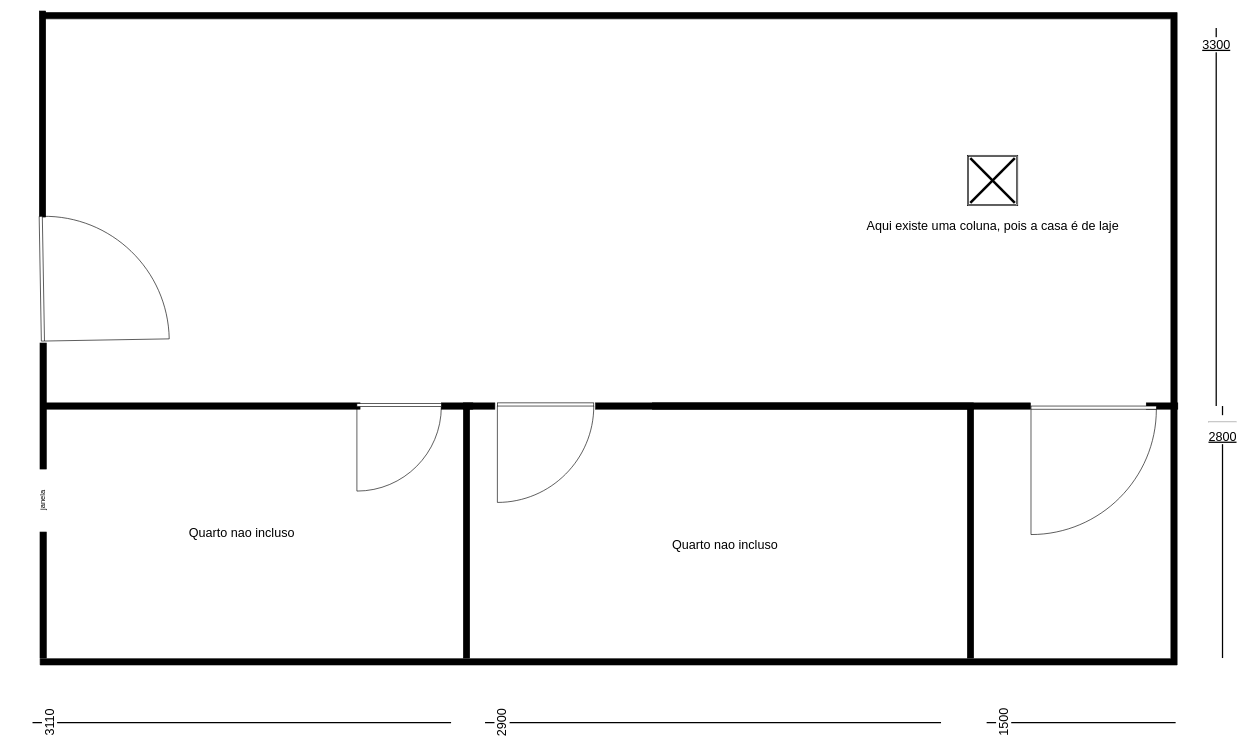
Above: page "Página-2" (2 of 2) of Draw/Diagrama sem nome.drawio in thuansilva/Estudo (draw.io), before the change. Source tidied: cells renumbered, new cells numbered last; positions are measured from the earlier drawing's top-left corner, leaving out a move shared by most shapes. Both pictures are drawn from the tidied source at 63%, with x=0, y=0 at pixel (4, -230).
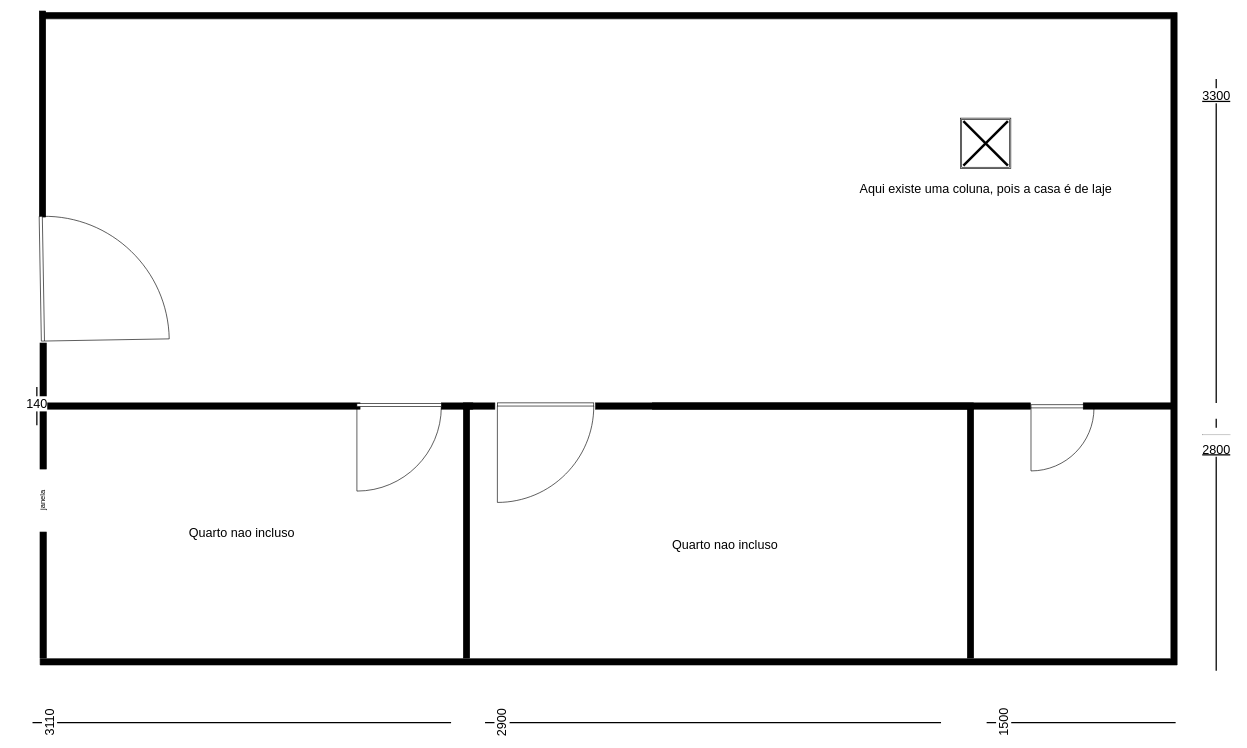
Above is the later version.

What changed in the source:
```diff
@@
+    <mxCell id="27" style="verticalLabelPosition=bottom;html=1;verticalAlign=top;align=center;strokeWidth=1;shape=mxgraph.floorplan.doorRight;rounded=0;shadow=0;comic=0;fontFamily=Verdana;fontSize=12;flipV=1;rotation=-180;" parent="1" vertex="1">
+      <mxGeometry x="1629" y="1007" width="100" height="100" as="geometry" />
+    </mxCell>
@@
     <mxCell id="9" style="verticalLabelPosition=bottom;html=1;verticalAlign=top;align=center;strokeWidth=1;shape=mxgraph.floorplan.wall;fillColor=#000000;direction=south;rounded=0;shadow=0;comic=0;fontFamily=Verdana;fontSize=12;rotation=90;" parent="1" vertex="1">
-      <mxGeometry x="1827" y="984" width="20" height="50" as="geometry" />
+      <mxGeometry x="1730.5" y="937.4" width="106" height="143.1" as="geometry" />
     </mxCell>
@@
     <mxCell id="13" value="&lt;hr style=&quot;line-height: 50%; font-size: 20px;&quot;&gt;&lt;font style=&quot;font-size: 20px;&quot;&gt;&lt;u&gt;2800&lt;/u&gt;&lt;/font&gt;" style="line;strokeWidth=2;direction=south;html=1;align=center;" parent="1" vertex="1">
-      <mxGeometry x="1928" y="1009" width="10" height="400" as="geometry" />
+      <mxGeometry x="1918" y="1029.3" width="10" height="400" as="geometry" />
     </mxCell>
@@
     <mxCell id="15" value="&lt;font style=&quot;font-size: 20px;&quot;&gt;&lt;u&gt;3300&lt;/u&gt;&lt;/font&gt;" style="line;strokeWidth=2;direction=south;html=1;align=center;" parent="1" vertex="1">
-      <mxGeometry x="1918" y="409" width="10" height="600" as="geometry" />
+      <mxGeometry x="1918" y="490" width="10" height="514" as="geometry" />
     </mxCell>
@@
     <mxCell id="18" value="&lt;font style=&quot;font-size: 20px;&quot;&gt;Aqui existe uma coluna, pois a casa é de laje&lt;/font&gt;" style="text;html=1;align=center;verticalAlign=middle;strokeColor=none;fillColor=none;" parent="1" vertex="1">
-      <mxGeometry x="1318" y="672" width="500" height="100" as="geometry" />
+      <mxGeometry x="1307" y="613" width="500" height="100" as="geometry" />
     </mxCell>
@@
     <mxCell id="20" style="shape=ext;double=1;whiteSpace=wrap;html=1;" parent="1" vertex="1">
-      <mxGeometry x="1528" y="611" width="80" height="80" as="geometry" />
+      <mxGeometry x="1517" y="552" width="80" height="80" as="geometry" />
     </mxCell>
     <mxCell id="21" style="line;strokeWidth=4;direction=south;html=1;perimeter=backbonePerimeter;rotation=-45;" parent="1" vertex="1">
-      <mxGeometry x="1567.5" y="601" width="1" height="100" as="geometry" />
+      <mxGeometry x="1556.5" y="542" width="1" height="100" as="geometry" />
     </mxCell>
     <mxCell id="22" style="line;strokeWidth=4;direction=south;html=1;perimeter=backbonePerimeter;rotation=45;" parent="1" vertex="1">
-      <mxGeometry x="1557.5" y="601" width="21" height="100" as="geometry" />
+      <mxGeometry x="1546.5" y="542" width="21" height="100" as="geometry" />
     </mxCell>
@@
-    <mxCell id="27" style="verticalLabelPosition=bottom;html=1;verticalAlign=top;align=center;strokeWidth=1;shape=mxgraph.floorplan.doorRight;rounded=0;shadow=0;comic=0;fontFamily=Verdana;fontSize=12;flipV=1;rotation=-180;" parent="1" vertex="1">
-      <mxGeometry x="1629" y="1009" width="199" height="85" as="geometry" />
-    </mxCell>
@@
+    <mxCell id="30" value="&lt;font style=&quot;font-size: 20px;&quot;&gt;140&lt;/font&gt;" style="line;strokeWidth=2;direction=south;html=1;align=center;" parent="1" vertex="1">
+      <mxGeometry x="46" y="978.6" width="10" height="60.9" as="geometry" />
+    </mxCell>
```
